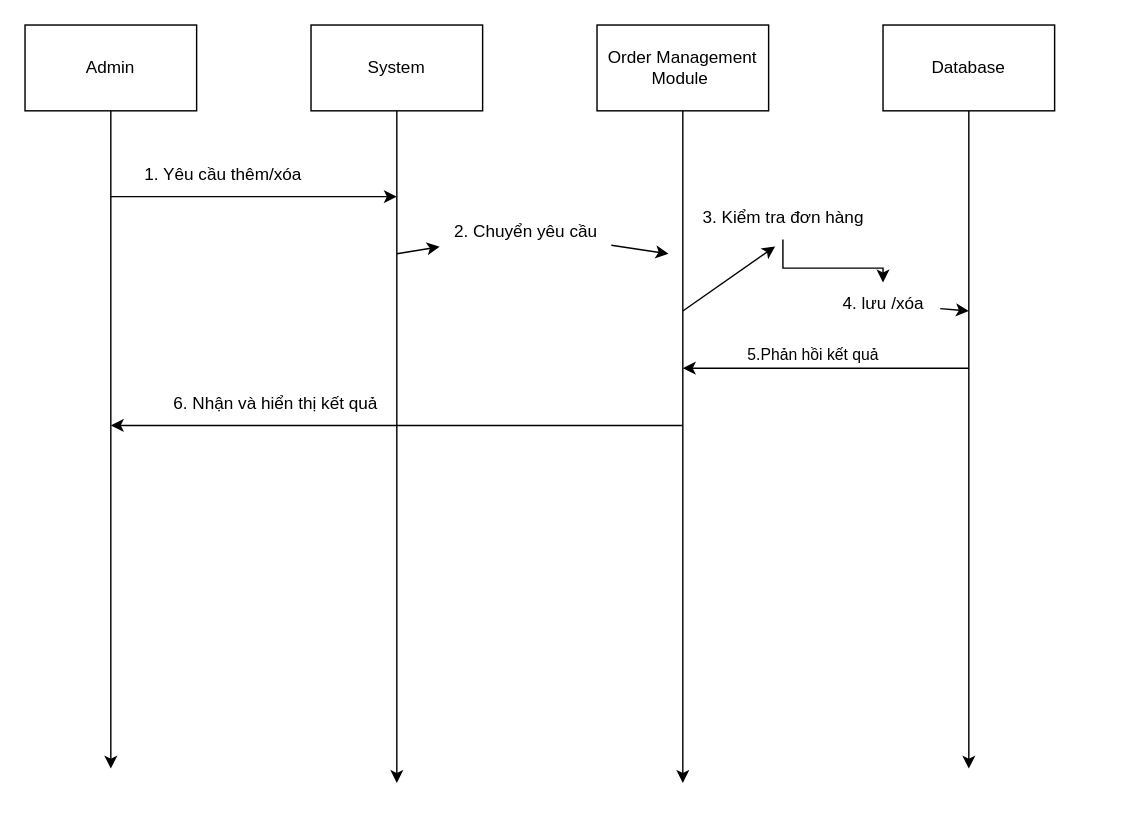
Laurizine/Software_Tecnology keeps this draw.io diagram as them_xoa_don_hang.drawio. Above is the earlier version. Source tidied: cells renumbered, new cells numbered last; positions are measured from the earlier drawing's top-left corner, leaving out a move shared by most shapes. Both pictures are drawn from the tidied source at 143%, with x=0, y=0 at pixel (24, 24).
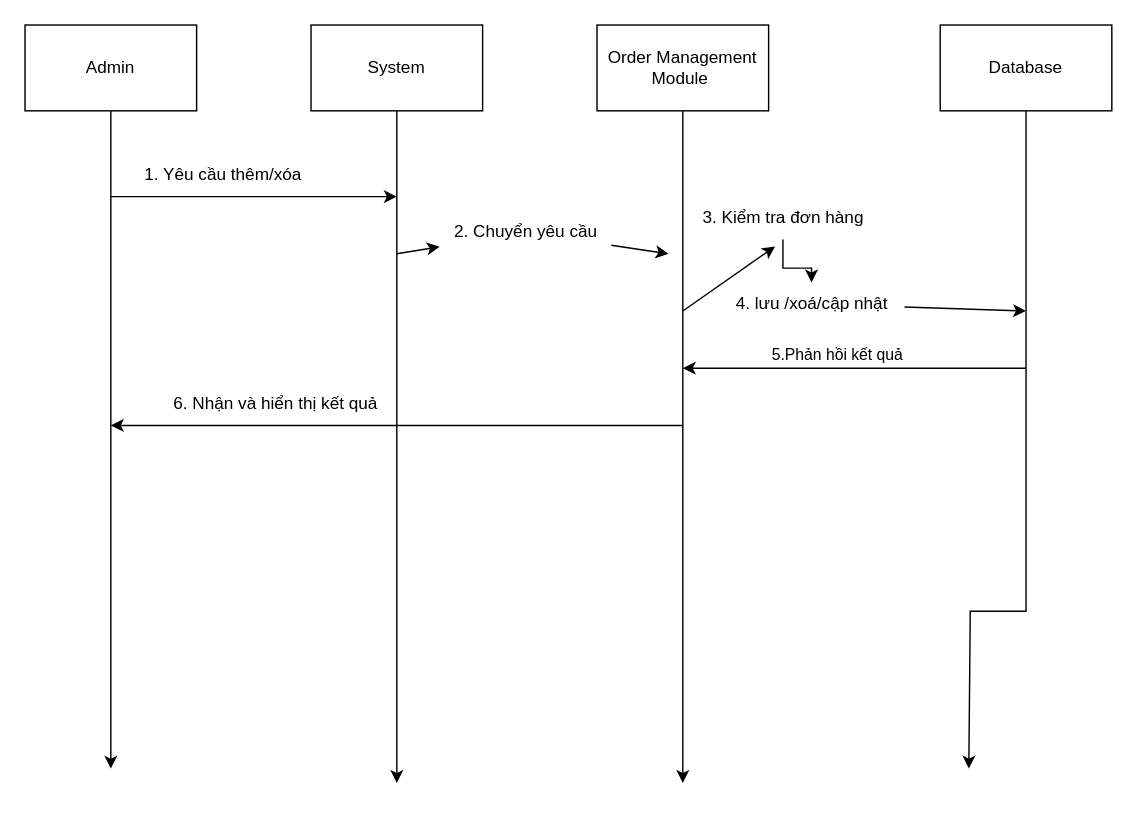
After the change.

Commit message (it also covers changes not shown here):
Cập nhật them_xoa_don_hang.drawio

The edit, as a diff of the source:
```diff
@@
     <mxCell id="8" style="edgeStyle=orthogonalEdgeStyle;rounded=0;jettySize=auto;html=1;" parent="1" edge="1" source="9">
       <mxGeometry relative="1" as="geometry">
         <mxPoint x="660" y="520" as="targetPoint" />
+        <Array as="points">
+          <mxPoint x="700" y="410" />
+          <mxPoint x="661" y="410" />
+        </Array>
       </mxGeometry>
     </mxCell>
     <mxCell id="9" value="Database" style="rounded=0;whiteSpace=wrap;html=1;" parent="1" vertex="1">
-      <mxGeometry x="600" width="120" height="60" as="geometry" />
+      <mxGeometry x="640" width="120" height="60" as="geometry" />
     </mxCell>
@@
     <mxCell id="12" style="endArrow=classic;html=1;rounded=0;" parent="1" edge="1" source="19">
       <mxGeometry relative="1" as="geometry">
-        <mxPoint x="660" y="200" as="targetPoint" />
+        <mxPoint x="700" y="200" as="targetPoint" />
       </mxGeometry>
     </mxCell>
@@
-    <mxCell id="19" value="4. lưu /xóa" style="text;html=1;align=center;verticalAlign=middle;points=[];strokeColor=none;fillColor=none;" parent="1" vertex="1">
-      <mxGeometry x="560" y="180" width="80" height="30" as="geometry" />
+    <mxCell id="19" value="4. lưu /xoá/cập nhật" style="text;html=1;align=center;verticalAlign=middle;points=[];strokeColor=none;fillColor=none;" parent="1" vertex="1">
+      <mxGeometry x="485" y="180" width="130" height="30" as="geometry" />
     </mxCell>
     <mxCell id="20" style="endArrow=classic;html=1;rounded=0;" parent="1" edge="1">
       <mxGeometry relative="1" as="geometry">
-        <mxPoint x="660" y="240" as="sourcePoint" />
+        <mxPoint x="700" y="240" as="sourcePoint" />
         <mxPoint x="460" y="240" as="targetPoint" />
       </mxGeometry>
     </mxCell>
```
